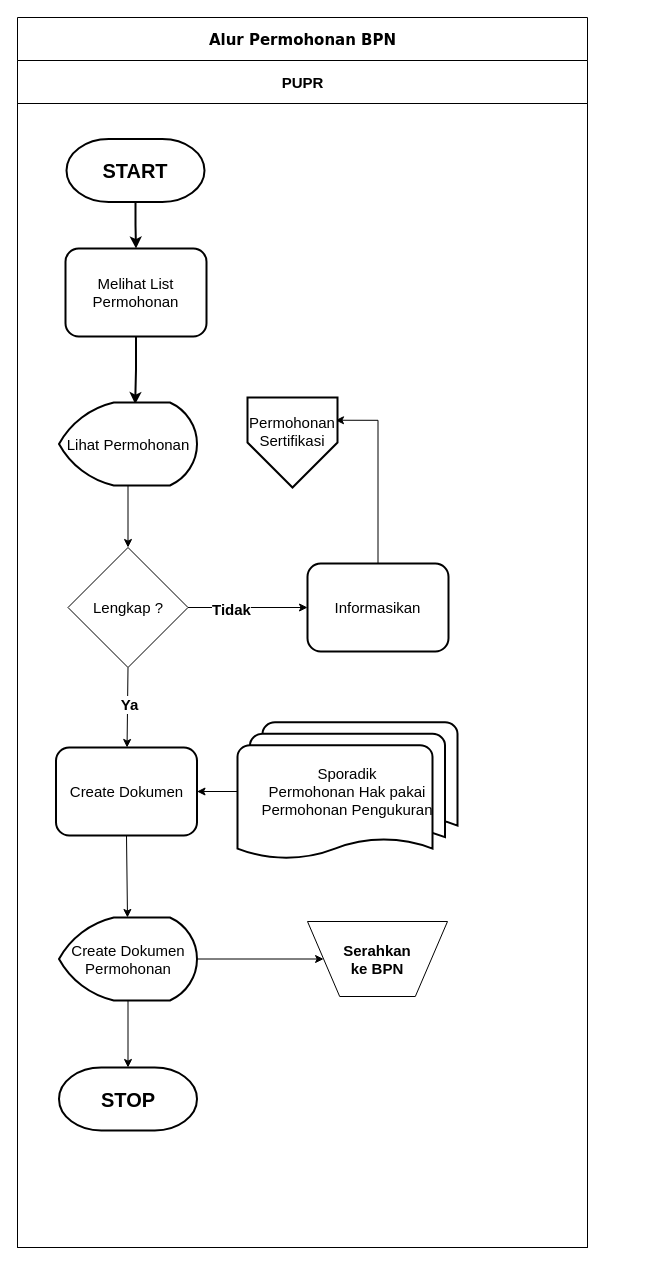
The draw.io diagram page "Permohonan BPN" (3 of 6) of UML.drawio in batrianugrah/sigma, before the edit. Source tidied: cells renumbered, new cells numbered last; positions are measured from the earlier drawing's top-left corner, leaving out a move shared by most shapes. Both pictures are drawn from the tidied source at 100%, with x=0, y=0 at pixel (17, 17).
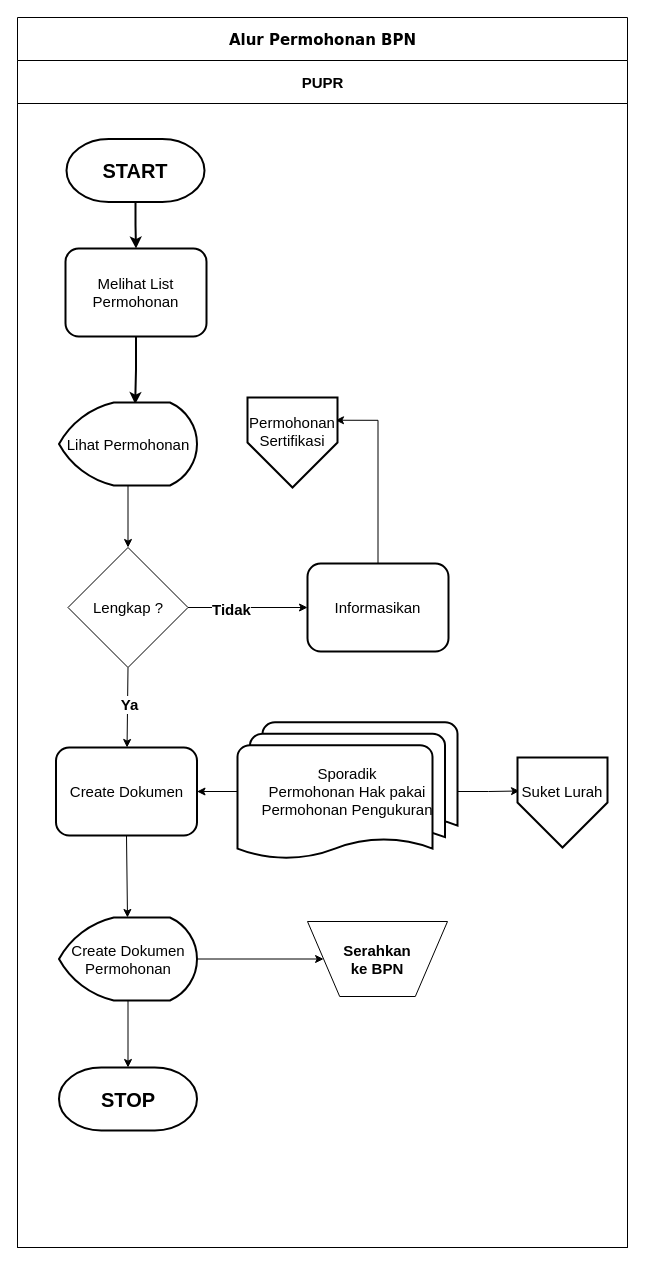
After the change.

Unchanged cells that the change refers to:
```xml
<mxCell id="18" value="Sporadik&lt;div&gt;Permohonan Hak pakai&lt;/div&gt;&lt;div&gt;Permohonan Pengukuran&lt;/div&gt;" style="strokeWidth=2;html=1;shape=mxgraph.flowchart.multi-document;whiteSpace=wrap;fontSize=15;" parent="3" vertex="1">
  <mxGeometry x="220" y="661.8" width="220" height="138.4" as="geometry" />
</mxCell>
```

What changed in the source:
```diff
@@
     <mxCell id="2" value="&lt;span style=&quot;font-size: 15px&quot;&gt;Alur Permohonan BPN&lt;/span&gt;" style="swimlane;html=1;startSize=43;rounded=0;shadow=0;labelBackgroundColor=none;strokeColor=#000000;strokeWidth=1;fillColor=#ffffff;fontFamily=Verdana;fontSize=8;fontColor=#000000;align=center;" parent="1" vertex="1">
-      <mxGeometry width="570" height="1230" as="geometry" />
+      <mxGeometry width="610" height="1230" as="geometry" />
     </mxCell>
     <mxCell id="3" value="PUPR" style="swimlane;html=1;startSize=43;fontSize=15;fontStyle=1;" parent="2" vertex="1">
-      <mxGeometry y="43" width="570" height="1187" as="geometry" />
+      <mxGeometry y="43" width="610" height="1187" as="geometry" />
     </mxCell>
@@
+    <mxCell id="29" style="edgeStyle=orthogonalEdgeStyle;rounded=0;jettySize=auto;html=1;exitX=1;exitY=0.5;exitDx=0;exitDy=0;exitPerimeter=0;entryX=0;entryY=0.5;entryDx=0;entryDy=0;" parent="3" edge="1" source="18" target="32">
+      <mxGeometry relative="1" as="geometry" />
+    </mxCell>
@@
+    <mxCell id="30" style="group;" parent="3" vertex="1">
+      <mxGeometry x="500" y="697" width="90" height="90" as="geometry" />
+    </mxCell>
+    <mxCell id="31" style="verticalLabelPosition=bottom;verticalAlign=top;html=1;strokeWidth=2;shape=offPageConnector;rounded=0;size=0.5;fontSize=15;" parent="30" vertex="1">
+      <mxGeometry width="90" height="90" as="geometry" />
+    </mxCell>
+    <mxCell id="32" value="Suket Lurah" style="text;html=1;strokeColor=none;fillColor=none;align=center;verticalAlign=middle;whiteSpace=wrap;rounded=0;fontSize=15;" parent="30" vertex="1">
+      <mxGeometry x="2" y="12" width="86" height="43" as="geometry" />
+    </mxCell>
```
